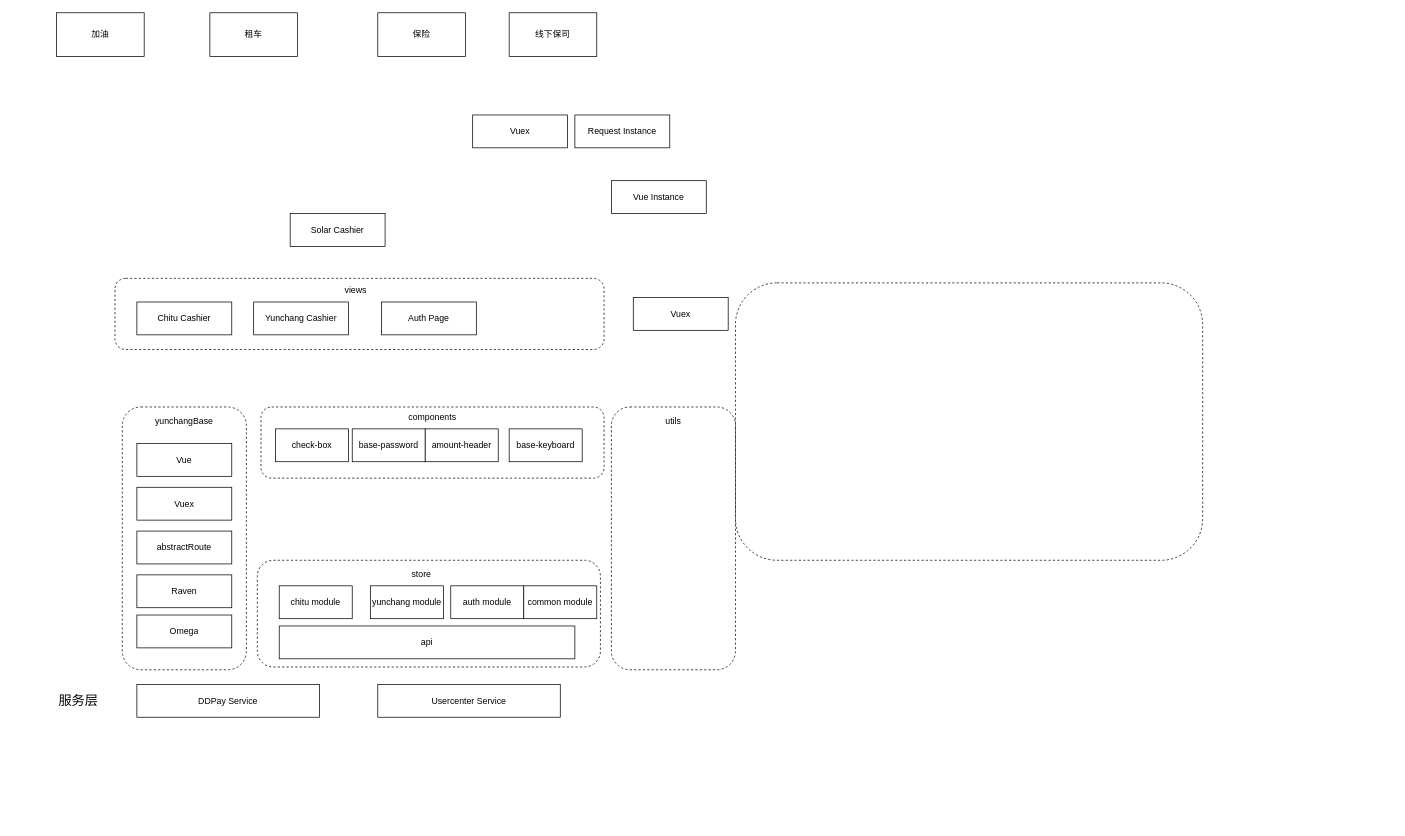
Earlier version of the draw.io diagram book/未命名绘图.drawio (chengkj99/book). Source tidied: cells renumbered, new cells numbered last; positions are measured from the earlier drawing's top-left corner, leaving out a move shared by most shapes. Both pictures are drawn from the tidied source at 73%, with x=0, y=0 at pixel (42, 12).
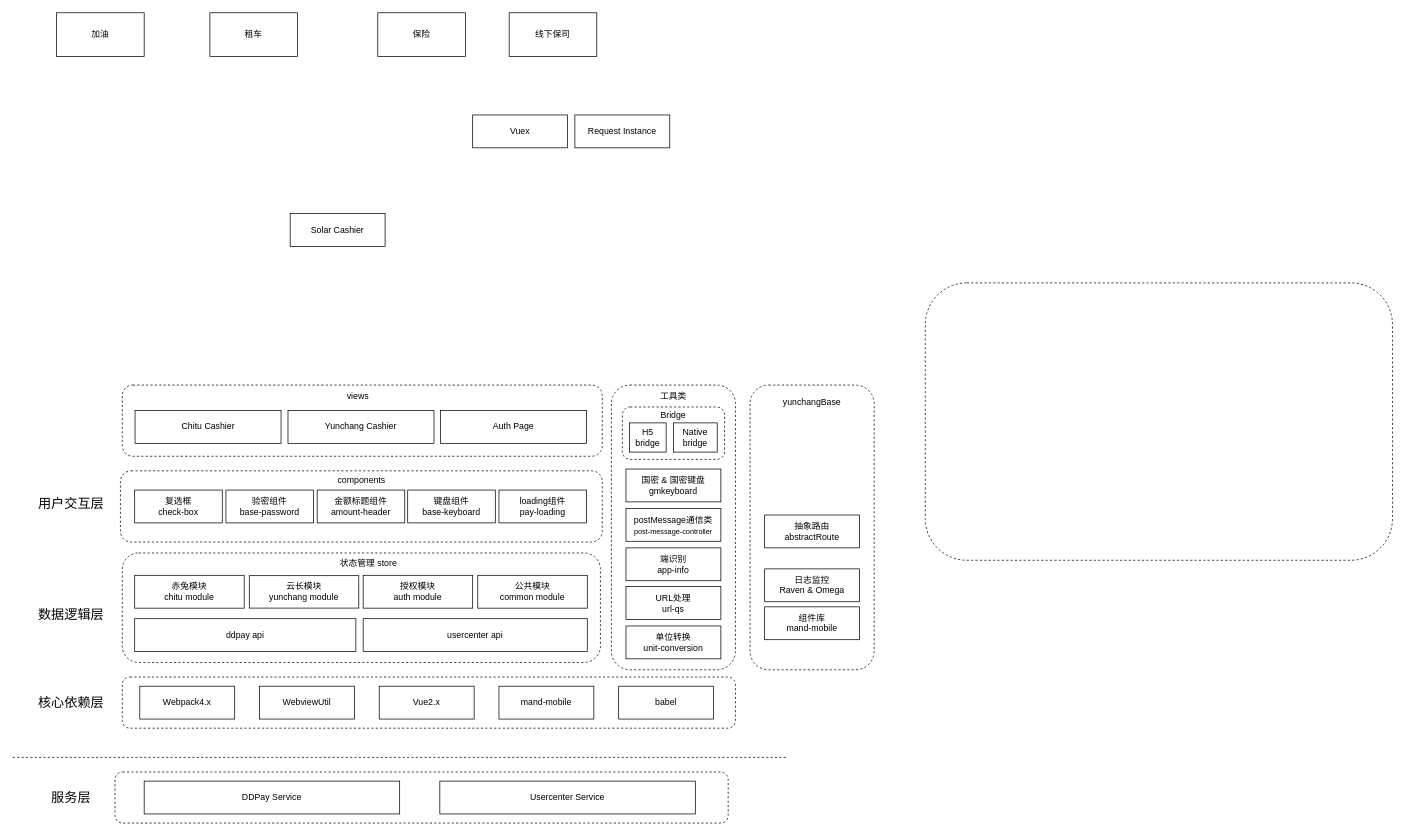
The same page after the edit.

The edit, as a diff of the source:
```diff
@@
+    <mxCell id="28" style="rounded=1;whiteSpace=wrap;html=1;fillColor=none;dashed=1;labelBackgroundColor=none;" parent="1" vertex="1">
+      <mxGeometry x="110" y="510" width="657.5" height="97.5" as="geometry" />
+    </mxCell>
+    <mxCell id="23" style="rounded=1;whiteSpace=wrap;html=1;fillColor=none;dashed=1;labelBackgroundColor=none;" parent="1" vertex="1">
+      <mxGeometry x="970" y="510" width="170" height="390" as="geometry" />
+    </mxCell>
-    <mxCell id="2" value="Chitu Cashier" style="rounded=0;whiteSpace=wrap;html=1;" parent="1" vertex="1">
-      <mxGeometry x="130" y="396.2" width="130" height="45" as="geometry" />
+    <mxCell id="2" value="Chitu Cashier" style="rounded=0;whiteSpace=wrap;html=1;flipH=1;labelBackgroundColor=none;" parent="1" vertex="1">
+      <mxGeometry x="127.5" y="544.8" width="200" height="45" as="geometry" />
     </mxCell>
-    <mxCell id="3" value="Yunchang Cashier" style="rounded=0;whiteSpace=wrap;html=1;" parent="1" vertex="1">
-      <mxGeometry x="290" y="396.2" width="130" height="45" as="geometry" />
+    <mxCell id="3" value="Yunchang Cashier" style="rounded=0;whiteSpace=wrap;html=1;flipH=1;labelBackgroundColor=none;" parent="1" vertex="1">
+      <mxGeometry x="337" y="544.8" width="200" height="45" as="geometry" />
     </mxCell>
-    <mxCell id="4" value="Auth Page" style="rounded=0;whiteSpace=wrap;html=1;" parent="1" vertex="1">
-      <mxGeometry x="465" y="396.2" width="130" height="45" as="geometry" />
+    <mxCell id="4" value="Auth Page" style="rounded=0;whiteSpace=wrap;html=1;flipH=1;labelBackgroundColor=none;" parent="1" vertex="1">
+      <mxGeometry x="546" y="544.8" width="200" height="45" as="geometry" />
     </mxCell>
-    <mxCell id="5" value="加油" style="rounded=0;whiteSpace=wrap;html=1;" parent="1" vertex="1">
+    <mxCell id="5" value="加油" style="rounded=0;whiteSpace=wrap;html=1;labelBackgroundColor=none;" parent="1" vertex="1">
       <mxGeometry x="20" width="120" height="60" as="geometry" />
     </mxCell>
-    <mxCell id="6" value="租车" style="rounded=0;whiteSpace=wrap;html=1;" parent="1" vertex="1">
+    <mxCell id="6" value="租车" style="rounded=0;whiteSpace=wrap;html=1;labelBackgroundColor=none;" parent="1" vertex="1">
       <mxGeometry x="230" width="120" height="60" as="geometry" />
     </mxCell>
-    <mxCell id="7" value="保险" style="rounded=0;whiteSpace=wrap;html=1;" parent="1" vertex="1">
+    <mxCell id="7" value="保险" style="rounded=0;whiteSpace=wrap;html=1;labelBackgroundColor=none;" parent="1" vertex="1">
       <mxGeometry x="460" width="120" height="60" as="geometry" />
     </mxCell>
-    <mxCell id="8" value="线下保司" style="rounded=0;whiteSpace=wrap;html=1;" parent="1" vertex="1">
+    <mxCell id="8" value="线下保司" style="rounded=0;whiteSpace=wrap;html=1;labelBackgroundColor=none;" parent="1" vertex="1">
       <mxGeometry x="640" width="120" height="60" as="geometry" />
     </mxCell>
-    <mxCell id="9" value="Solar Cashier" style="rounded=0;whiteSpace=wrap;html=1;" parent="1" vertex="1">
+    <mxCell id="9" value="Solar Cashier" style="rounded=0;whiteSpace=wrap;html=1;labelBackgroundColor=none;" parent="1" vertex="1">
       <mxGeometry x="340" y="275" width="130" height="45" as="geometry" />
     </mxCell>
-    <mxCell id="10" value="Vuex" style="rounded=0;whiteSpace=wrap;html=1;" parent="1" vertex="1">
-      <mxGeometry x="130" y="650" width="130" height="45" as="geometry" />
-    </mxCell>
-    <mxCell id="11" value="Vue" style="rounded=0;whiteSpace=wrap;html=1;" parent="1" vertex="1">
-      <mxGeometry x="130" y="590" width="130" height="45" as="geometry" />
-    </mxCell>
-    <mxCell id="12" value="Vue Instance" style="rounded=0;whiteSpace=wrap;html=1;" parent="1" vertex="1">
-      <mxGeometry x="780" y="230" width="130" height="45" as="geometry" />
-    </mxCell>
-    <mxCell id="13" value="Request Instance" style="rounded=0;whiteSpace=wrap;html=1;" parent="1" vertex="1">
+    <mxCell id="13" value="Request Instance" style="rounded=0;whiteSpace=wrap;html=1;labelBackgroundColor=none;" parent="1" vertex="1">
       <mxGeometry x="730" y="140" width="130" height="45" as="geometry" />
     </mxCell>
-    <mxCell id="14" value="Vuex" style="rounded=0;whiteSpace=wrap;html=1;" parent="1" vertex="1">
-      <mxGeometry x="810" y="390" width="130" height="45" as="geometry" />
-    </mxCell>
-    <mxCell id="15" value="Vuex" style="rounded=0;whiteSpace=wrap;html=1;" parent="1" vertex="1">
+    <mxCell id="15" value="Vuex" style="rounded=0;whiteSpace=wrap;html=1;labelBackgroundColor=none;" parent="1" vertex="1">
       <mxGeometry x="590" y="140" width="130" height="45" as="geometry" />
     </mxCell>
-    <mxCell id="16" value="Raven" style="rounded=0;whiteSpace=wrap;html=1;" parent="1" vertex="1">
-      <mxGeometry x="130" y="770" width="130" height="45" as="geometry" />
-    </mxCell>
-    <mxCell id="17" value="abstractRoute" style="rounded=0;whiteSpace=wrap;html=1;" parent="1" vertex="1">
-      <mxGeometry x="130" y="710" width="130" height="45" as="geometry" />
-    </mxCell>
-    <mxCell id="18" value="Omega" style="rounded=0;whiteSpace=wrap;html=1;" parent="1" vertex="1">
-      <mxGeometry x="130" y="825" width="130" height="45" as="geometry" />
-    </mxCell>
-    <mxCell id="19" style="rounded=1;whiteSpace=wrap;html=1;fillColor=none;dashed=1;" parent="1" vertex="1">
-      <mxGeometry x="950" y="370" width="640" height="380" as="geometry" />
+    <mxCell id="19" style="rounded=1;whiteSpace=wrap;html=1;fillColor=none;dashed=1;labelBackgroundColor=none;" parent="1" vertex="1">
+      <mxGeometry x="1210" y="370" width="640" height="380" as="geometry" />
     </mxCell>
-    <mxCell id="20" value="&lt;span style=&quot;font-size: 18px;&quot;&gt;服务层&lt;/span&gt;" style="text;html=1;strokeColor=none;fillColor=none;align=center;verticalAlign=middle;whiteSpace=wrap;rounded=0;" parent="1" vertex="1">
-      <mxGeometry y="927.5" width="100" height="30" as="geometry" />
+    <mxCell id="20" value="&lt;span style=&quot;font-size: 18px;&quot;&gt;服务层&lt;/span&gt;" style="text;html=1;strokeColor=none;fillColor=none;align=center;verticalAlign=middle;whiteSpace=wrap;rounded=0;labelBackgroundColor=none;" parent="1" vertex="1">
+      <mxGeometry x="-10" y="1060" width="100" height="30" as="geometry" />
     </mxCell>
-    <mxCell id="21" value="DDPay Service" style="rounded=0;whiteSpace=wrap;html=1;" parent="1" vertex="1">
-      <mxGeometry x="130" y="920" width="250" height="45" as="geometry" />
-    </mxCell>
-    <mxCell id="22" value="Usercenter Service" style="rounded=0;whiteSpace=wrap;html=1;" parent="1" vertex="1">
-      <mxGeometry x="460" y="920" width="250" height="45" as="geometry" />
-    </mxCell>
-    <mxCell id="23" style="rounded=1;whiteSpace=wrap;html=1;fillColor=none;dashed=1;" parent="1" vertex="1">
-      <mxGeometry x="110" y="540" width="170" height="360" as="geometry" />
-    </mxCell>
-    <mxCell id="24" style="rounded=1;whiteSpace=wrap;html=1;fillColor=none;dashed=1;" parent="1" vertex="1">
-      <mxGeometry x="300" y="540" width="470" height="97.5" as="geometry" />
+    <mxCell id="24" style="rounded=1;whiteSpace=wrap;html=1;fillColor=none;dashed=1;labelBackgroundColor=none;" parent="1" vertex="1">
+      <mxGeometry x="107.5" y="627.5" width="660" height="97.5" as="geometry" />
     </mxCell>
-    <mxCell id="25" value="check-box" style="rounded=0;whiteSpace=wrap;html=1;" parent="1" vertex="1">
-      <mxGeometry x="320" y="570" width="100" height="45" as="geometry" />
+    <mxCell id="25" value="复选框&lt;br&gt;check-box" style="rounded=0;whiteSpace=wrap;html=1;labelBackgroundColor=none;" parent="1" vertex="1">
+      <mxGeometry x="127" y="653.8" width="120" height="45" as="geometry" />
     </mxCell>
-    <mxCell id="26" value="base-password" style="rounded=0;whiteSpace=wrap;html=1;" parent="1" vertex="1">
-      <mxGeometry x="425" y="570" width="100" height="45" as="geometry" />
+    <mxCell id="26" value="验密组件&lt;br&gt;base-password" style="rounded=0;whiteSpace=wrap;html=1;labelBackgroundColor=none;" parent="1" vertex="1">
+      <mxGeometry x="252" y="653.8" width="120" height="45" as="geometry" />
     </mxCell>
-    <mxCell id="27" value="amount-header" style="rounded=0;whiteSpace=wrap;html=1;" parent="1" vertex="1">
-      <mxGeometry x="525" y="570" width="100" height="45" as="geometry" />
+    <mxCell id="27" value="金额标题组件&lt;br&gt;amount-header" style="rounded=0;whiteSpace=wrap;html=1;labelBackgroundColor=none;" parent="1" vertex="1">
+      <mxGeometry x="377" y="653.8" width="120" height="45" as="geometry" />
     </mxCell>
-    <mxCell id="28" style="rounded=1;whiteSpace=wrap;html=1;fillColor=none;dashed=1;" parent="1" vertex="1">
-      <mxGeometry x="100" y="363.8" width="670" height="97.5" as="geometry" />
-    </mxCell>
-    <mxCell id="29" value="base-keyboard" style="rounded=0;whiteSpace=wrap;html=1;" parent="1" vertex="1">
-      <mxGeometry x="640" y="570" width="100" height="45" as="geometry" />
+    <mxCell id="29" value="键盘组件&lt;br&gt;base-keyboard" style="rounded=0;whiteSpace=wrap;html=1;labelBackgroundColor=none;" parent="1" vertex="1">
+      <mxGeometry x="501" y="653.8" width="120" height="45" as="geometry" />
     </mxCell>
-    <mxCell id="30" value="components" style="text;html=1;strokeColor=none;fillColor=none;align=center;verticalAlign=middle;whiteSpace=wrap;rounded=0;" parent="1" vertex="1">
-      <mxGeometry x="505" y="540" width="60" height="30" as="geometry" />
+    <mxCell id="30" value="components" style="text;html=1;strokeColor=none;fillColor=none;align=center;verticalAlign=middle;whiteSpace=wrap;rounded=0;labelBackgroundColor=none;" parent="1" vertex="1">
+      <mxGeometry x="407.5" y="625" width="60" height="30" as="geometry" />
     </mxCell>
-    <mxCell id="31" value="yunchangBase" style="text;html=1;strokeColor=none;fillColor=none;align=center;verticalAlign=middle;whiteSpace=wrap;rounded=0;" parent="1" vertex="1">
-      <mxGeometry x="165" y="545" width="60" height="30" as="geometry" />
+    <mxCell id="31" value="yunchangBase" style="text;html=1;strokeColor=none;fillColor=none;align=center;verticalAlign=middle;whiteSpace=wrap;rounded=0;labelBackgroundColor=none;" parent="1" vertex="1">
+      <mxGeometry x="1025" y="518.8" width="60" height="30" as="geometry" />
     </mxCell>
-    <mxCell id="32" value="views" style="text;html=1;strokeColor=none;fillColor=none;align=center;verticalAlign=middle;whiteSpace=wrap;rounded=0;" parent="1" vertex="1">
-      <mxGeometry x="400" y="366.2" width="60" height="30" as="geometry" />
+    <mxCell id="32" value="views" style="text;html=1;strokeColor=none;fillColor=none;align=center;verticalAlign=middle;whiteSpace=wrap;rounded=0;labelBackgroundColor=none;" parent="1" vertex="1">
+      <mxGeometry x="402.5" y="510" width="60" height="30" as="geometry" />
     </mxCell>
-    <mxCell id="33" style="rounded=1;whiteSpace=wrap;html=1;fillColor=none;dashed=1;" parent="1" vertex="1">
-      <mxGeometry x="780" y="540" width="170" height="360" as="geometry" />
+    <mxCell id="33" style="rounded=1;whiteSpace=wrap;html=1;fillColor=none;dashed=1;labelBackgroundColor=none;" parent="1" vertex="1">
+      <mxGeometry x="780" y="510" width="170" height="390" as="geometry" />
     </mxCell>
-    <mxCell id="34" value="utils" style="text;html=1;strokeColor=none;fillColor=none;align=center;verticalAlign=middle;whiteSpace=wrap;rounded=0;" parent="1" vertex="1">
-      <mxGeometry x="835" y="545" width="60" height="30" as="geometry" />
+    <mxCell id="34" value="工具类" style="text;html=1;strokeColor=none;fillColor=none;align=center;verticalAlign=middle;whiteSpace=wrap;rounded=0;labelBackgroundColor=none;" parent="1" vertex="1">
+      <mxGeometry x="835" y="510" width="60" height="30" as="geometry" />
     </mxCell>
-    <mxCell id="35" style="rounded=1;whiteSpace=wrap;html=1;fillColor=none;dashed=1;" parent="1" vertex="1">
-      <mxGeometry x="295" y="750" width="470" height="146.2" as="geometry" />
+    <mxCell id="35" style="rounded=1;whiteSpace=wrap;html=1;fillColor=none;dashed=1;labelBackgroundColor=none;" parent="1" vertex="1">
+      <mxGeometry x="110" y="740" width="655" height="150" as="geometry" />
     </mxCell>
-    <mxCell id="36" value="store" style="text;html=1;strokeColor=none;fillColor=none;align=center;verticalAlign=middle;whiteSpace=wrap;rounded=0;" parent="1" vertex="1">
-      <mxGeometry x="490" y="755" width="60" height="30" as="geometry" />
+    <mxCell id="36" value="状态管理 store" style="text;html=1;strokeColor=none;fillColor=none;align=center;verticalAlign=middle;whiteSpace=wrap;rounded=0;labelBackgroundColor=none;" parent="1" vertex="1">
+      <mxGeometry x="405" y="740" width="85" height="30" as="geometry" />
     </mxCell>
-    <mxCell id="37" value="api" style="rounded=0;whiteSpace=wrap;html=1;" parent="1" vertex="1">
-      <mxGeometry x="325" y="840" width="405" height="45" as="geometry" />
+    <mxCell id="37" value="ddpay&amp;nbsp;api" style="rounded=0;whiteSpace=wrap;html=1;flipH=0;labelBackgroundColor=none;" parent="1" vertex="1">
+      <mxGeometry x="127" y="830" width="303" height="45" as="geometry" />
     </mxCell>
-    <mxCell id="38" value="chitu module" style="rounded=0;whiteSpace=wrap;html=1;" parent="1" vertex="1">
-      <mxGeometry x="325" y="785" width="100" height="45" as="geometry" />
+    <mxCell id="38" value="赤兔模块&lt;br&gt;chitu module" style="rounded=0;whiteSpace=wrap;html=1;flipH=0;labelBackgroundColor=none;" parent="1" vertex="1">
+      <mxGeometry x="127" y="770.6" width="150" height="45" as="geometry" />
     </mxCell>
-    <mxCell id="39" value="yunchang module" style="rounded=0;whiteSpace=wrap;html=1;" parent="1" vertex="1">
-      <mxGeometry x="450" y="785" width="100" height="45" as="geometry" />
+    <mxCell id="39" value="云长模块&lt;br&gt;yunchang module" style="rounded=0;whiteSpace=wrap;html=1;flipH=0;labelBackgroundColor=none;" parent="1" vertex="1">
+      <mxGeometry x="284" y="771.1" width="150" height="44.4" as="geometry" />
     </mxCell>
-    <mxCell id="40" value="auth module" style="rounded=0;whiteSpace=wrap;html=1;" parent="1" vertex="1">
-      <mxGeometry x="560" y="785" width="100" height="45" as="geometry" />
+    <mxCell id="40" value="授权模块&lt;br&gt;auth module" style="rounded=0;whiteSpace=wrap;html=1;flipH=0;labelBackgroundColor=none;" parent="1" vertex="1">
+      <mxGeometry x="440" y="770.6" width="150" height="45" as="geometry" />
     </mxCell>
-    <mxCell id="41" value="common module" style="rounded=0;whiteSpace=wrap;html=1;" parent="1" vertex="1">
-      <mxGeometry x="660" y="785" width="100" height="45" as="geometry" />
+    <mxCell id="41" value="公共模块&lt;br&gt;common module" style="rounded=0;whiteSpace=wrap;html=1;flipH=0;labelBackgroundColor=none;" parent="1" vertex="1">
+      <mxGeometry x="597" y="770.6" width="150" height="45" as="geometry" />
     </mxCell>
+    <mxCell id="42" value="国密 &amp;amp; 国密键盘&lt;br&gt;gmkeyboard" style="rounded=0;whiteSpace=wrap;html=1;labelBackgroundColor=none;" parent="1" vertex="1">
+      <mxGeometry x="800" y="625" width="130" height="45" as="geometry" />
+    </mxCell>
+    <mxCell id="43" value="postMessage通信类&lt;br&gt;&lt;font style=&quot;font-size: 10px;&quot;&gt;post-message-controller&lt;/font&gt;" style="rounded=0;whiteSpace=wrap;html=1;labelBackgroundColor=none;" parent="1" vertex="1">
+      <mxGeometry x="800" y="679" width="130" height="45" as="geometry" />
+    </mxCell>
+    <mxCell id="44" value="端识别&lt;br&gt;app-info" style="rounded=0;whiteSpace=wrap;html=1;labelBackgroundColor=none;" parent="1" vertex="1">
+      <mxGeometry x="800" y="733" width="130" height="45" as="geometry" />
+    </mxCell>
+    <mxCell id="45" value="单位转换&lt;br&gt;unit-conversion" style="rounded=0;whiteSpace=wrap;html=1;labelBackgroundColor=none;" parent="1" vertex="1">
+      <mxGeometry x="800" y="840" width="130" height="45" as="geometry" />
+    </mxCell>
+    <mxCell id="46" style="rounded=1;whiteSpace=wrap;html=1;fillColor=none;dashed=1;labelBackgroundColor=none;" parent="1" vertex="1">
+      <mxGeometry x="100" y="1040" width="840" height="70" as="geometry" />
+    </mxCell>
+    <mxCell id="21" value="DDPay Service" style="rounded=0;whiteSpace=wrap;html=1;labelBackgroundColor=none;" parent="1" vertex="1">
+      <mxGeometry x="140" y="1052.5" width="350" height="45" as="geometry" />
+    </mxCell>
+    <mxCell id="22" value="Usercenter Service" style="rounded=0;whiteSpace=wrap;html=1;labelBackgroundColor=none;" parent="1" vertex="1">
+      <mxGeometry x="545" y="1052.5" width="350" height="45" as="geometry" />
+    </mxCell>
+    <mxCell id="47" style="rounded=1;whiteSpace=wrap;html=1;fillColor=none;dashed=1;labelBackgroundColor=none;" parent="1" vertex="1">
+      <mxGeometry x="795" y="540" width="140" height="71.8" as="geometry" />
+    </mxCell>
+    <mxCell id="48" value="H5 bridge" style="rounded=0;whiteSpace=wrap;html=1;labelBackgroundColor=none;" parent="1" vertex="1">
+      <mxGeometry x="805" y="561.8" width="50" height="40" as="geometry" />
+    </mxCell>
+    <mxCell id="49" value="Native bridge" style="rounded=0;whiteSpace=wrap;html=1;labelBackgroundColor=none;" parent="1" vertex="1">
+      <mxGeometry x="865" y="561.8" width="60" height="40" as="geometry" />
+    </mxCell>
+    <mxCell id="50" value="usercenter api" style="rounded=0;whiteSpace=wrap;html=1;flipH=0;labelBackgroundColor=none;" parent="1" vertex="1">
+      <mxGeometry x="440" y="830" width="307" height="45" as="geometry" />
+    </mxCell>
+    <mxCell id="17" value="抽象路由&lt;br&gt;abstractRoute" style="rounded=0;whiteSpace=wrap;html=1;labelBackgroundColor=none;" parent="1" vertex="1">
+      <mxGeometry x="990" y="688" width="130" height="45" as="geometry" />
+    </mxCell>
+    <mxCell id="18" value="日志监控&lt;br&gt;Raven &amp;amp; Omega" style="rounded=0;whiteSpace=wrap;html=1;labelBackgroundColor=none;" parent="1" vertex="1">
+      <mxGeometry x="990" y="761.8" width="130" height="45" as="geometry" />
+    </mxCell>
+    <mxCell id="51" value="组件库&lt;br&gt;mand-mobile" style="rounded=0;whiteSpace=wrap;html=1;labelBackgroundColor=none;" parent="1" vertex="1">
+      <mxGeometry x="990" y="813.8" width="130" height="45" as="geometry" />
+    </mxCell>
+    <mxCell id="52" style="rounded=1;whiteSpace=wrap;html=1;fillColor=none;dashed=1;labelBackgroundColor=none;" parent="1" vertex="1">
+      <mxGeometry x="110" y="910" width="840" height="70" as="geometry" />
+    </mxCell>
+    <mxCell id="53" value="&lt;span style=&quot;font-size: 18px;&quot;&gt;核心依赖层&lt;/span&gt;" style="text;html=1;strokeColor=none;fillColor=none;align=center;verticalAlign=middle;whiteSpace=wrap;rounded=0;labelBackgroundColor=none;" parent="1" vertex="1">
+      <mxGeometry x="-10" y="930" width="100" height="30" as="geometry" />
+    </mxCell>
+    <mxCell id="54" value="Webpack4.x" style="rounded=0;whiteSpace=wrap;html=1;flipH=0;labelBackgroundColor=none;" parent="1" vertex="1">
+      <mxGeometry x="134" y="922.5" width="130" height="45" as="geometry" />
+    </mxCell>
+    <mxCell id="55" value="WebviewUtil" style="rounded=0;whiteSpace=wrap;html=1;flipH=0;labelBackgroundColor=none;" parent="1" vertex="1">
+      <mxGeometry x="298" y="922.5" width="130" height="45" as="geometry" />
+    </mxCell>
+    <mxCell id="56" value="Vue2.x" style="rounded=0;whiteSpace=wrap;html=1;flipH=0;labelBackgroundColor=none;" parent="1" vertex="1">
+      <mxGeometry x="462" y="922.5" width="130" height="45" as="geometry" />
+    </mxCell>
+    <mxCell id="57" value="mand-mobile" style="rounded=0;whiteSpace=wrap;html=1;flipH=0;labelBackgroundColor=none;" parent="1" vertex="1">
+      <mxGeometry x="626" y="922.5" width="130" height="45" as="geometry" />
+    </mxCell>
+    <mxCell id="58" value="babel" style="rounded=0;whiteSpace=wrap;html=1;flipH=0;labelBackgroundColor=none;" parent="1" vertex="1">
+      <mxGeometry x="790" y="922.5" width="130" height="45" as="geometry" />
+    </mxCell>
+    <mxCell id="59" style="endArrow=none;dashed=1;html=1;rounded=0;labelBackgroundColor=none;fontColor=default;" parent="1" edge="1">
+      <mxGeometry relative="1" as="geometry">
+        <mxPoint x="-40" y="1020" as="sourcePoint" />
+        <mxPoint x="1020" y="1020" as="targetPoint" />
+      </mxGeometry>
+    </mxCell>
+    <mxCell id="60" value="&lt;span style=&quot;font-size: 18px;&quot;&gt;数据逻辑层&lt;/span&gt;" style="text;html=1;strokeColor=none;fillColor=none;align=center;verticalAlign=middle;whiteSpace=wrap;rounded=0;labelBackgroundColor=none;" parent="1" vertex="1">
+      <mxGeometry x="-10" y="810" width="100" height="30" as="geometry" />
+    </mxCell>
+    <mxCell id="61" value="loading组件&lt;br&gt;pay-loading" style="rounded=0;whiteSpace=wrap;html=1;labelBackgroundColor=none;" parent="1" vertex="1">
+      <mxGeometry x="626" y="653.8" width="120" height="45" as="geometry" />
+    </mxCell>
+    <mxCell id="62" value="&lt;span style=&quot;font-size: 18px;&quot;&gt;用户交互层&lt;/span&gt;" style="text;html=1;strokeColor=none;fillColor=none;align=center;verticalAlign=middle;whiteSpace=wrap;rounded=0;labelBackgroundColor=none;" parent="1" vertex="1">
+      <mxGeometry x="-10" y="657.5" width="100" height="30" as="geometry" />
+    </mxCell>
+    <mxCell id="63" value="URL处理&lt;br&gt;url-qs" style="rounded=0;whiteSpace=wrap;html=1;labelBackgroundColor=none;" parent="1" vertex="1">
+      <mxGeometry x="800" y="786" width="130" height="45" as="geometry" />
+    </mxCell>
+    <mxCell id="64" value="Bridge" style="text;html=1;strokeColor=none;fillColor=none;align=center;verticalAlign=middle;whiteSpace=wrap;rounded=0;labelBackgroundColor=none;" parent="1" vertex="1">
+      <mxGeometry x="835" y="535.8" width="60" height="30" as="geometry" />
+    </mxCell>
```
